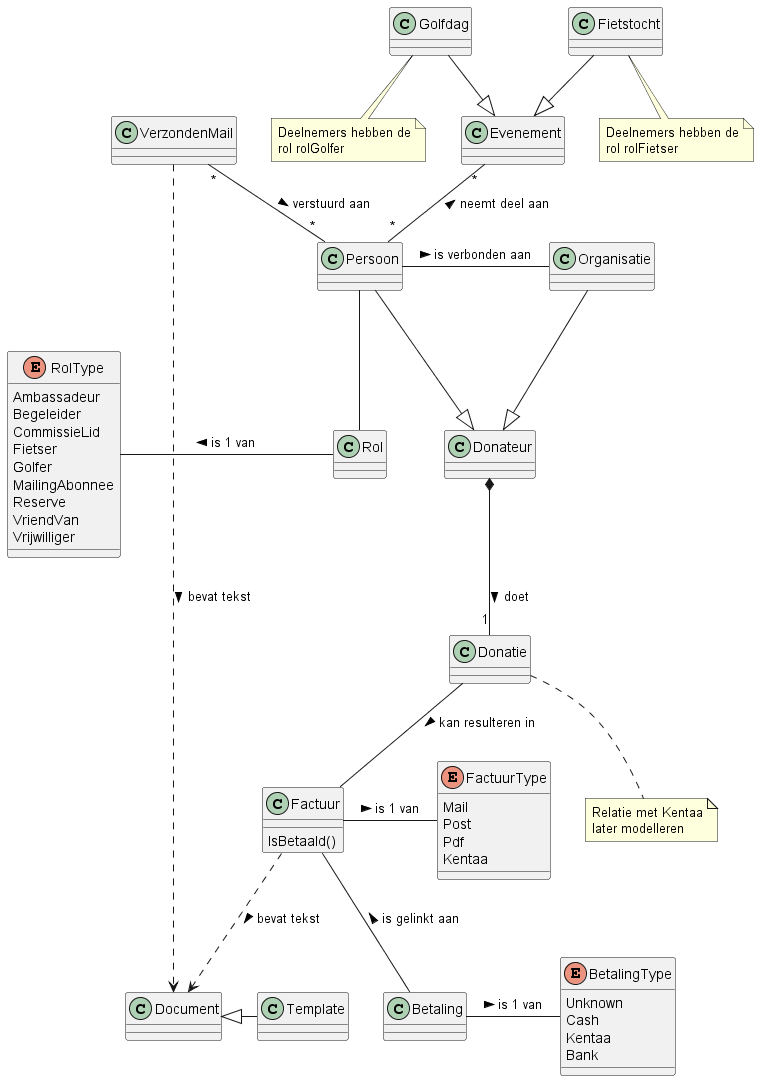
florisz/BerghAdmin keeps this PlantUML diagram as Doc/images/BerghAdminClassModel.png. Above is the earlier version.
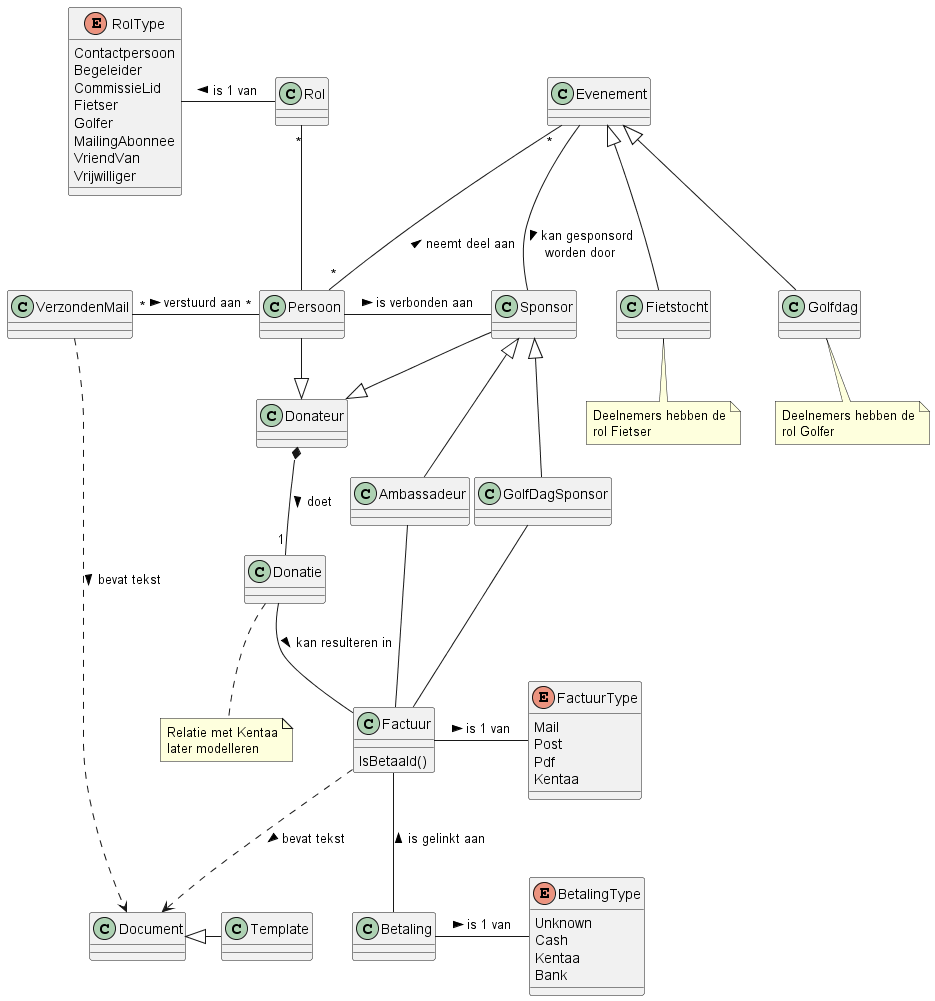
After the change.

What changed in the source:
```diff
@@ -6,23 +6,24 @@
 }
 
 enum RolType {
-  Ambassadeur
+  Contactpersoon
   Begeleider
   CommissieLid
   Fietser
   Golfer
   MailingAbonnee
-  Reserve
   VriendVan
   Vrijwilliger
 }
 
-Class Organisatie {
+Class Sponsor {
 }
-Persoon -right- Organisatie : > is verbonden aan
 
-Persoon -down- Rol
-Rol -left- RolType : is 1 van >
+Class Ambassadeur {
+}
+
+Class GolfDagSponsor {
+}
 
 Class VerzondenMail {
 }
@@ -32,68 +33,81 @@
 
 class Donatie {
 }
-
 note "Relatie met Kentaa\nlater modelleren" as Note3
 Donatie .. Note3
-
-Donateur <|-up- Persoon
-Donateur <|-up- Organisatie
-Donateur *-- "1" Donatie : doet >
 
 class Factuur {
   IsBetaald()
 }
+
 enum FactuurType {
   Mail
   Post
   Pdf
   Kentaa
 }
-Factuur -right- FactuurType : is 1 van >
 
 class Betaling {
+}
 
-}
 enum BetalingType {
   Unknown
   Cash
   Kentaa
   Bank
 }
+
+class Document {
+}
+
+class Template {
+}
+
+class Evenement {
+}
+
+class Fietstocht {
+}
+note "Deelnemers hebben de\nrol Fietser" as Note1
+Fietstocht .. Note1
+
+class Golfdag {
+}
+note "Deelnemers hebben de\nrol Golfer" as Note2
+Golfdag .. Note2
+
+Persoon -right- Sponsor : > is verbonden aan
+Persoon -up- "*" Rol
+Rol -left- RolType : is 1 van >
+
+Persoon "*" -left- "*" VerzondenMail : < verstuurd aan
+Persoon "*" -up- "*" Evenement : > neemt deel aan
+
+Donateur <|-up- Persoon
+Donateur <|-up- Sponsor
+Donateur *-- "1" Donatie : doet >
+
+Ambassadeur -up-|> Sponsor
+GolfDagSponsor -up-|> Sponsor
+
+Ambassadeur -down- Factuur
+GolfDagSponsor -down- Factuur
+
+Factuur -right- FactuurType : is 1 van >
+
 Betaling -right- BetalingType : is 1 van >
 
 Donatie -- Factuur : > kan resulteren in
 Factuur -- Betaling : < is gelinkt aan
 
-class Document {
-
-}
-class Template {
-
-}
 Document <|-right- Template
 
 Factuur ..> Document : > bevat tekst
 VerzondenMail ..> Document : > bevat tekst
 
-class Evenement {
+Evenement <|-down- Fietstocht
+Evenement <|-down- Golfdag
 
-}
-class Fietstocht {
-
-}
-note "Deelnemers hebben de\nrol rolFietser" as Note1
-Fietstocht .. Note1
-class Golfdag {
-
-}
-note "Deelnemers hebben de\nrol rolGolfer" as Note2
-Golfdag .. Note2
-
-Evenement <|-up- Fietstocht
-Evenement <|-up- Golfdag
-
-VerzondenMail "*" -down- "*" Persoon : > verstuurd aan
-Evenement "*" -down- "*" Persoon : < neemt deel aan
+Evenement -down- Sponsor : > kan gesponsord\nworden door
 
 @enduml
```
